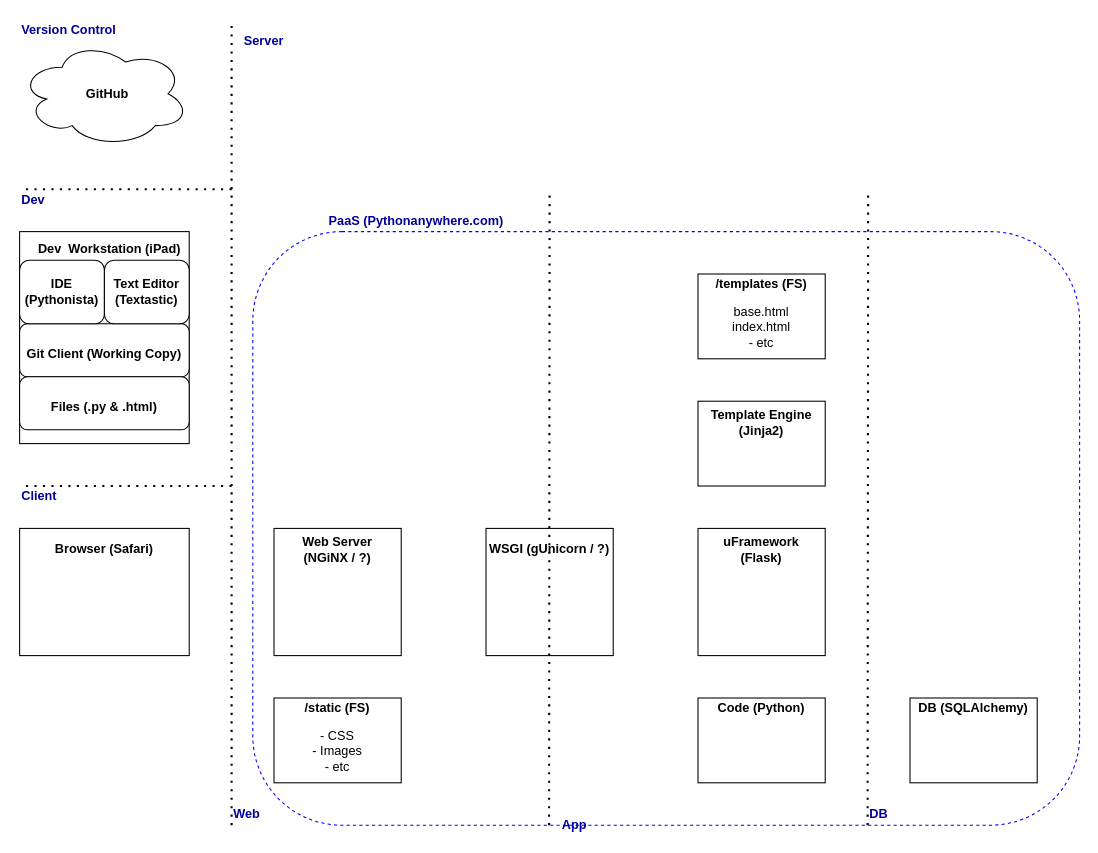
Before: Web Flow.drawio in tsnellgrove/draw.io, a draw.io diagram. Source tidied: cells renumbered, new cells numbered last; positions are measured from the earlier drawing's top-left corner, leaving out a move shared by most shapes. Both pictures are drawn from the tidied source at 106%, with x=0, y=0 at pixel (19, 19).
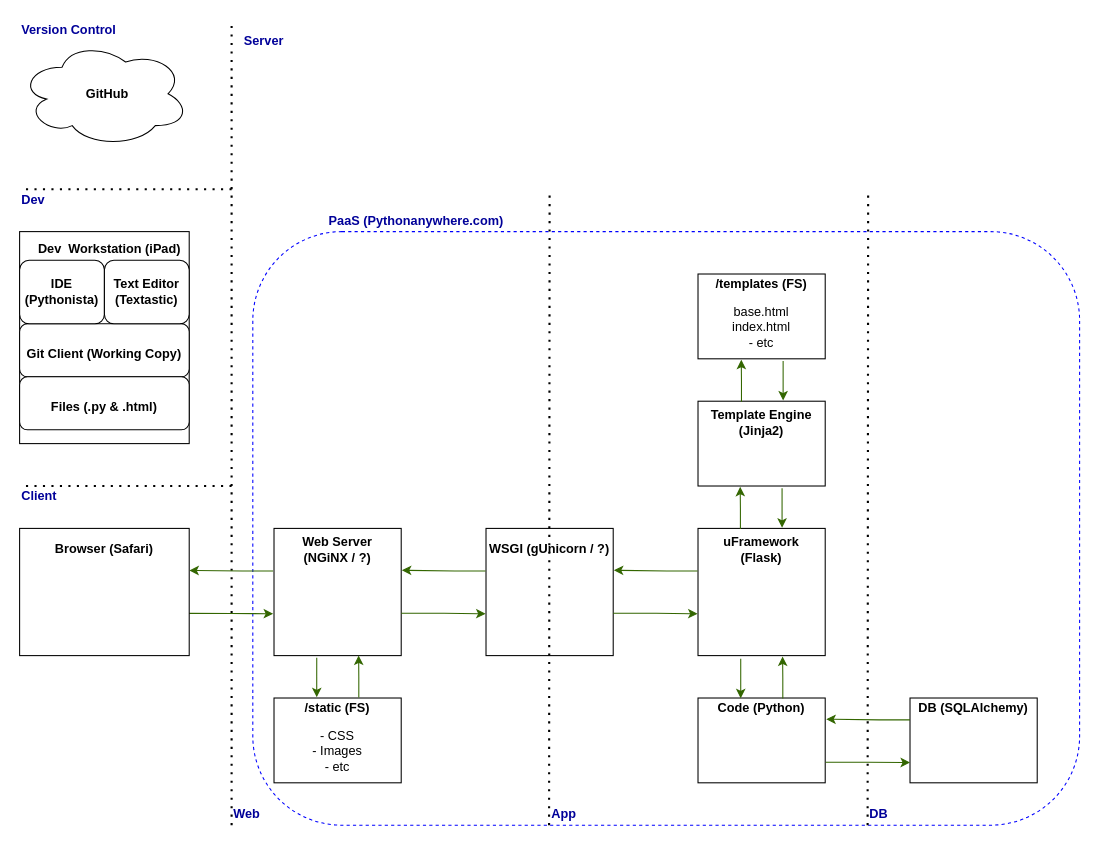
The same diagram, later.

Unchanged cells that the change refers to:
```xml
<mxCell id="2" style="rounded=1;whiteSpace=wrap;html=1;fillColor=none;dashed=1;strokeColor=#0000FF;" parent="1" vertex="1">
  <mxGeometry x="220" y="200" width="780" height="560" as="geometry" />
</mxCell>
<mxCell id="5" style="rounded=0;whiteSpace=wrap;html=1;" parent="1" vertex="1">
  <mxGeometry y="480" width="160" height="120" as="geometry" />
</mxCell>
<mxCell id="26" value="/static (FS)" style="text;html=1;strokeColor=none;fillColor=none;align=center;verticalAlign=middle;whiteSpace=wrap;rounded=0;fontStyle=1;" parent="1" vertex="1">
  <mxGeometry x="240" y="640" width="120" height="20" as="geometry" />
</mxCell>
<mxCell id="28" style="rounded=0;whiteSpace=wrap;html=1;" parent="1" vertex="1">
  <mxGeometry x="240" y="480" width="120" height="120" as="geometry" />
</mxCell>
```

What changed in the source:
```diff
@@
+    <mxCell id="48" style="edgeStyle=orthogonalEdgeStyle;rounded=0;jettySize=auto;html=1;exitX=0.997;exitY=0.668;exitDx=0;exitDy=0;entryX=-0.007;entryY=0.671;entryDx=0;entryDy=0;exitPerimeter=0;entryPerimeter=0;strokeColor=#336600;" parent="1" edge="1" source="5" target="28">
+      <mxGeometry relative="1" as="geometry">
+        <Array as="points">
+          <mxPoint x="200" y="560" />
+        </Array>
+      </mxGeometry>
+    </mxCell>
@@
     <mxCell id="47" value="App" style="text;html=1;strokeColor=none;fillColor=none;align=left;verticalAlign=middle;whiteSpace=wrap;rounded=0;fontStyle=1;fontColor=#000099;" parent="1" vertex="1">
-      <mxGeometry x="510" y="750" width="120" height="20" as="geometry" />
+      <mxGeometry x="500" y="740" width="120" height="20" as="geometry" />
     </mxCell>
+    <mxCell id="49" style="edgeStyle=orthogonalEdgeStyle;rounded=0;jettySize=auto;html=1;exitX=-0.007;exitY=0.335;exitDx=0;exitDy=0;exitPerimeter=0;entryX=1.001;entryY=0.33;entryDx=0;entryDy=0;entryPerimeter=0;strokeColor=#336600;" parent="1" edge="1" source="28" target="5">
+      <mxGeometry relative="1" as="geometry">
+        <Array as="points">
+          <mxPoint x="210" y="520" />
+        </Array>
+      </mxGeometry>
+    </mxCell>
+    <mxCell id="50" style="edgeStyle=orthogonalEdgeStyle;rounded=0;orthogonalLoop=1;jettySize=auto;html=1;exitX=0.997;exitY=0.668;exitDx=0;exitDy=0;entryX=-0.007;entryY=0.671;entryDx=0;entryDy=0;exitPerimeter=0;entryPerimeter=0;strokeColor=#336600;" parent="1" edge="1">
+      <mxGeometry relative="1" as="geometry">
+        <mxPoint x="360" y="560.1" as="sourcePoint" />
+        <mxPoint x="439.6" y="560.5" as="targetPoint" />
+        <Array as="points">
+          <mxPoint x="400.5" y="559.9" />
+        </Array>
+      </mxGeometry>
+    </mxCell>
+    <mxCell id="51" style="edgeStyle=orthogonalEdgeStyle;rounded=0;orthogonalLoop=1;jettySize=auto;html=1;exitX=-0.007;exitY=0.335;exitDx=0;exitDy=0;exitPerimeter=0;entryX=1.001;entryY=0.33;entryDx=0;entryDy=0;entryPerimeter=0;strokeColor=#336600;" parent="1" edge="1">
+      <mxGeometry relative="1" as="geometry">
+        <mxPoint x="439.6" y="520.1" as="sourcePoint" />
+        <mxPoint x="360.6" y="519.5" as="targetPoint" />
+        <Array as="points">
+          <mxPoint x="410.5" y="519.9" />
+        </Array>
+      </mxGeometry>
+    </mxCell>
+    <mxCell id="52" style="edgeStyle=orthogonalEdgeStyle;rounded=0;orthogonalLoop=1;jettySize=auto;html=1;exitX=0.997;exitY=0.668;exitDx=0;exitDy=0;entryX=-0.007;entryY=0.671;entryDx=0;entryDy=0;exitPerimeter=0;entryPerimeter=0;strokeColor=#336600;" parent="1" edge="1">
+      <mxGeometry relative="1" as="geometry">
+        <mxPoint x="560" y="560.1" as="sourcePoint" />
+        <mxPoint x="639.6" y="560.5" as="targetPoint" />
+        <Array as="points">
+          <mxPoint x="600.5" y="559.9" />
+        </Array>
+      </mxGeometry>
+    </mxCell>
+    <mxCell id="53" style="edgeStyle=orthogonalEdgeStyle;rounded=0;orthogonalLoop=1;jettySize=auto;html=1;exitX=-0.007;exitY=0.335;exitDx=0;exitDy=0;exitPerimeter=0;entryX=1.001;entryY=0.33;entryDx=0;entryDy=0;entryPerimeter=0;strokeColor=#336600;" parent="1" edge="1">
+      <mxGeometry relative="1" as="geometry">
+        <mxPoint x="639.6" y="520.1" as="sourcePoint" />
+        <mxPoint x="560.6" y="519.5" as="targetPoint" />
+        <Array as="points">
+          <mxPoint x="610.5" y="519.9" />
+        </Array>
+      </mxGeometry>
+    </mxCell>
+    <mxCell id="54" style="edgeStyle=orthogonalEdgeStyle;rounded=0;orthogonalLoop=1;jettySize=auto;html=1;exitX=0.997;exitY=0.668;exitDx=0;exitDy=0;entryX=-0.007;entryY=0.671;entryDx=0;entryDy=0;exitPerimeter=0;entryPerimeter=0;strokeColor=#336600;" parent="1" edge="1">
+      <mxGeometry relative="1" as="geometry">
+        <mxPoint x="760.4" y="700.6" as="sourcePoint" />
+        <mxPoint x="840" y="700.9" as="targetPoint" />
+        <Array as="points">
+          <mxPoint x="800.8" y="700.4" />
+        </Array>
+      </mxGeometry>
+    </mxCell>
+    <mxCell id="55" style="edgeStyle=orthogonalEdgeStyle;rounded=0;orthogonalLoop=1;jettySize=auto;html=1;exitX=-0.007;exitY=0.335;exitDx=0;exitDy=0;exitPerimeter=0;entryX=1.001;entryY=0.33;entryDx=0;entryDy=0;entryPerimeter=0;strokeColor=#336600;" parent="1" edge="1">
+      <mxGeometry relative="1" as="geometry">
+        <mxPoint x="840" y="660.6" as="sourcePoint" />
+        <mxPoint x="761" y="660" as="targetPoint" />
+        <Array as="points">
+          <mxPoint x="810.8" y="660.4" />
+        </Array>
+      </mxGeometry>
+    </mxCell>
+    <mxCell id="56" style="edgeStyle=orthogonalEdgeStyle;rounded=0;jettySize=auto;html=1;exitX=0.997;exitY=0.668;exitDx=0;exitDy=0;entryX=0.128;entryY=0.714;entryDx=0;entryDy=0;exitPerimeter=0;entryPerimeter=0;strokeColor=#336600;" parent="1" edge="1" target="2">
+      <mxGeometry relative="1" as="geometry">
+        <mxPoint x="320" y="639.5" as="sourcePoint" />
+        <Array as="points">
+          <mxPoint x="320" y="620" />
+          <mxPoint x="320" y="620" />
+        </Array>
+      </mxGeometry>
+    </mxCell>
+    <mxCell id="57" style="edgeStyle=orthogonalEdgeStyle;rounded=0;jettySize=auto;html=1;exitX=0.336;exitY=1.017;exitDx=0;exitDy=0;exitPerimeter=0;strokeColor=#336600;entryX=0.336;entryY=-0.033;entryDx=0;entryDy=0;entryPerimeter=0;" parent="1" edge="1" source="28" target="26">
+      <mxGeometry relative="1" as="geometry">
+        <Array as="points">
+          <mxPoint x="280" y="620" />
+          <mxPoint x="280" y="639" />
+        </Array>
+      </mxGeometry>
+    </mxCell>
+    <mxCell id="58" style="edgeStyle=orthogonalEdgeStyle;rounded=0;orthogonalLoop=1;jettySize=auto;html=1;exitX=0.997;exitY=0.668;exitDx=0;exitDy=0;entryX=0.128;entryY=0.714;entryDx=0;entryDy=0;exitPerimeter=0;entryPerimeter=0;strokeColor=#336600;" parent="1" edge="1">
+      <mxGeometry relative="1" as="geometry">
+        <mxPoint x="720" y="640.5" as="sourcePoint" />
+        <mxPoint x="719.8" y="600.8" as="targetPoint" />
+        <Array as="points">
+          <mxPoint x="720" y="621" />
+          <mxPoint x="720" y="621" />
+        </Array>
+      </mxGeometry>
+    </mxCell>
+    <mxCell id="59" style="edgeStyle=orthogonalEdgeStyle;rounded=0;orthogonalLoop=1;jettySize=auto;html=1;exitX=0.336;exitY=1.017;exitDx=0;exitDy=0;exitPerimeter=0;strokeColor=#336600;entryX=0.336;entryY=-0.033;entryDx=0;entryDy=0;entryPerimeter=0;" parent="1" edge="1">
+      <mxGeometry relative="1" as="geometry">
+        <mxPoint x="680.3" y="603" as="sourcePoint" />
+        <mxPoint x="680.3" y="640.3" as="targetPoint" />
+        <Array as="points">
+          <mxPoint x="680" y="631" />
+          <mxPoint x="680" y="631" />
+        </Array>
+      </mxGeometry>
+    </mxCell>
+    <mxCell id="60" style="edgeStyle=orthogonalEdgeStyle;rounded=0;orthogonalLoop=1;jettySize=auto;html=1;exitX=0.997;exitY=0.668;exitDx=0;exitDy=0;entryX=0.128;entryY=0.714;entryDx=0;entryDy=0;exitPerimeter=0;entryPerimeter=0;strokeColor=#336600;" parent="1" edge="1">
+      <mxGeometry relative="1" as="geometry">
+        <mxPoint x="680" y="480.5" as="sourcePoint" />
+        <mxPoint x="679.8" y="440.8" as="targetPoint" />
+        <Array as="points">
+          <mxPoint x="680" y="461" />
+          <mxPoint x="680" y="461" />
+        </Array>
+      </mxGeometry>
+    </mxCell>
+    <mxCell id="61" style="edgeStyle=orthogonalEdgeStyle;rounded=0;orthogonalLoop=1;jettySize=auto;html=1;exitX=0.336;exitY=1.017;exitDx=0;exitDy=0;exitPerimeter=0;strokeColor=#336600;entryX=0.336;entryY=-0.033;entryDx=0;entryDy=0;entryPerimeter=0;" parent="1" edge="1">
+      <mxGeometry relative="1" as="geometry">
+        <mxPoint x="719.3" y="442" as="sourcePoint" />
+        <mxPoint x="719.3" y="479.3" as="targetPoint" />
+        <Array as="points">
+          <mxPoint x="719" y="470" />
+          <mxPoint x="719" y="470" />
+        </Array>
+      </mxGeometry>
+    </mxCell>
+    <mxCell id="62" style="edgeStyle=orthogonalEdgeStyle;rounded=0;orthogonalLoop=1;jettySize=auto;html=1;exitX=0.997;exitY=0.668;exitDx=0;exitDy=0;entryX=0.128;entryY=0.714;entryDx=0;entryDy=0;exitPerimeter=0;entryPerimeter=0;strokeColor=#336600;" parent="1" edge="1">
+      <mxGeometry relative="1" as="geometry">
+        <mxPoint x="681" y="360.5" as="sourcePoint" />
+        <mxPoint x="680.8" y="320.8" as="targetPoint" />
+        <Array as="points">
+          <mxPoint x="681" y="341" />
+          <mxPoint x="681" y="341" />
+        </Array>
+      </mxGeometry>
+    </mxCell>
+    <mxCell id="63" style="edgeStyle=orthogonalEdgeStyle;rounded=0;orthogonalLoop=1;jettySize=auto;html=1;exitX=0.336;exitY=1.017;exitDx=0;exitDy=0;exitPerimeter=0;strokeColor=#336600;entryX=0.336;entryY=-0.033;entryDx=0;entryDy=0;entryPerimeter=0;" parent="1" edge="1">
+      <mxGeometry relative="1" as="geometry">
+        <mxPoint x="720.3" y="322" as="sourcePoint" />
+        <mxPoint x="720.3" y="359.3" as="targetPoint" />
+        <Array as="points">
+          <mxPoint x="720" y="350" />
+          <mxPoint x="720" y="350" />
+        </Array>
+      </mxGeometry>
+    </mxCell>
```
